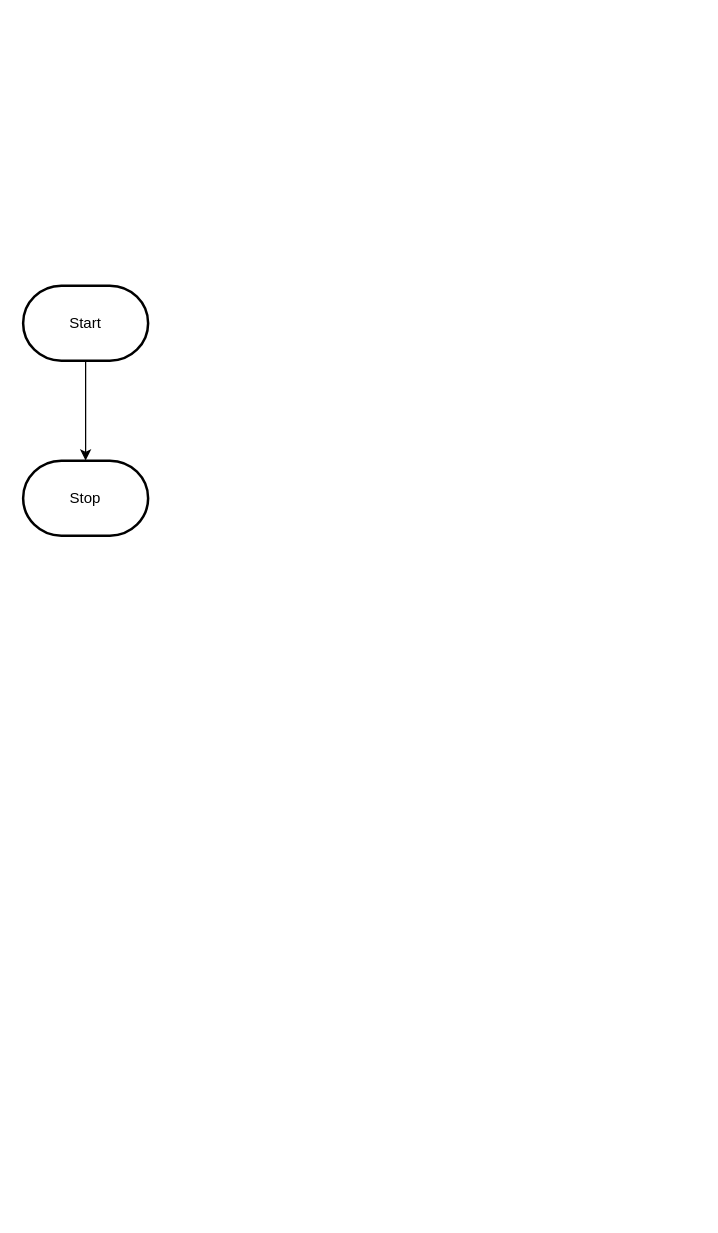
Earlier version of the draw.io diagram design/flowchart.drawio (MTHS-ICS2O-2-2022/ICS2O-Unit-5-03-Bonnie-Zhu). Source tidied: cells renumbered, new cells numbered last; positions are measured from the earlier drawing's top-left corner, leaving out a move shared by most shapes. Both pictures are drawn from the tidied source at 125%, with x=0, y=0 at pixel (22, 285).
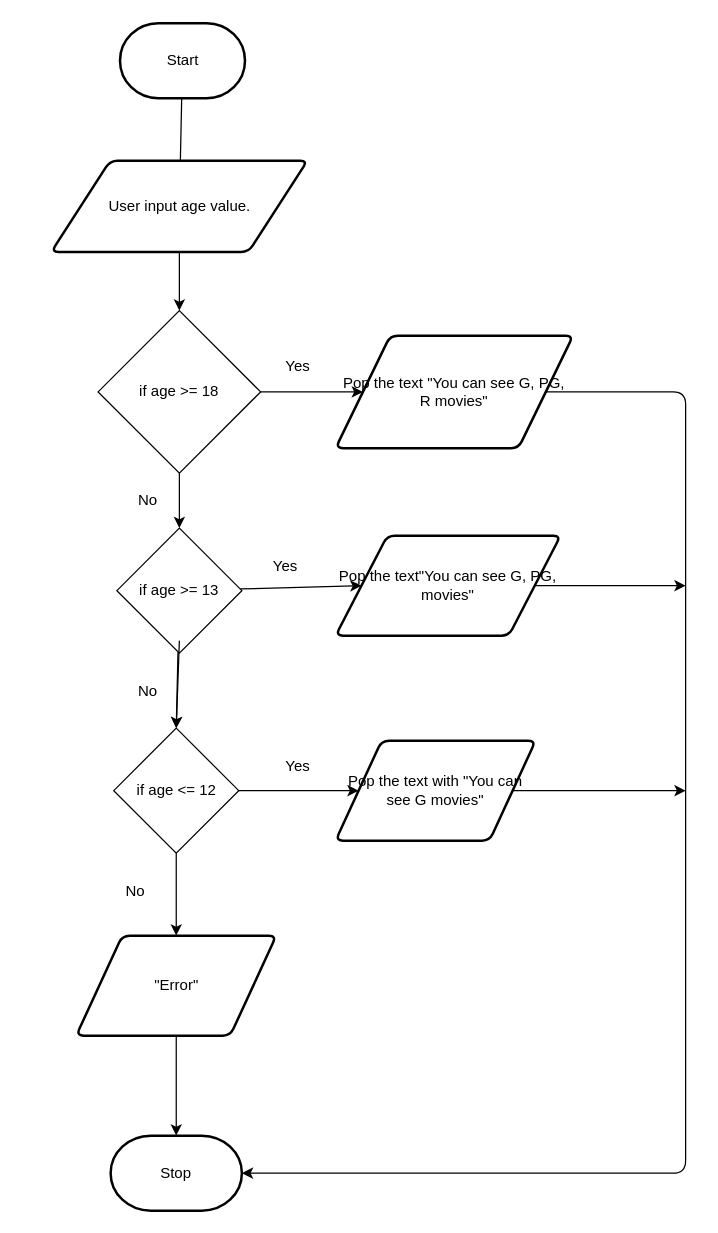
The same page after the edit.

The edit, as a diff of the source:
```diff
@@
-    <mxCell id="2" style="edgeStyle=orthogonalEdgeStyle;html=1;rounded=0;" parent="1" edge="1" source="3" target="4">
-      <mxGeometry relative="1" as="geometry" />
-    </mxCell>
+    <mxCell id="5" style="edgeStyle=none;html=1;" parent="1" edge="1" source="3">
+      <mxGeometry relative="1" as="geometry">
+        <mxPoint x="125" y="-63" as="targetPoint" />
+      </mxGeometry>
+    </mxCell>
     <mxCell id="3" value="Start" style="strokeWidth=2;html=1;shape=mxgraph.flowchart.terminator;whiteSpace=wrap;" parent="1" vertex="1">
-      <mxGeometry width="100" height="60" as="geometry" />
+      <mxGeometry x="77.5" y="-210" width="100" height="60" as="geometry" />
     </mxCell>
+    <mxCell id="6" style="edgeStyle=none;html=1;startArrow=none;" parent="1" edge="1" source="31" target="4">
+      <mxGeometry relative="1" as="geometry" />
+    </mxCell>
     <mxCell id="4" value="Stop" style="strokeWidth=2;html=1;shape=mxgraph.flowchart.terminator;whiteSpace=wrap;" parent="1" vertex="1">
-      <mxGeometry y="140" width="100" height="60" as="geometry" />
+      <mxGeometry x="70" y="680" width="105" height="60" as="geometry" />
     </mxCell>
+    <mxCell id="7" style="edgeStyle=none;html=1;entryX=0.5;entryY=0;entryDx=0;entryDy=0;" parent="1" edge="1" source="8" target="11">
+      <mxGeometry relative="1" as="geometry" />
+    </mxCell>
+    <mxCell id="8" value="User input age value." style="shape=parallelogram;html=1;strokeWidth=2;perimeter=parallelogramPerimeter;whiteSpace=wrap;rounded=1;arcSize=12;size=0.23;" parent="1" vertex="1">
+      <mxGeometry x="22.5" y="-100" width="205" height="73" as="geometry" />
+    </mxCell>
+    <mxCell id="9" style="edgeStyle=none;html=1;entryX=0;entryY=0.5;entryDx=0;entryDy=0;" parent="1" edge="1" source="11" target="13">
+      <mxGeometry relative="1" as="geometry" />
+    </mxCell>
+    <mxCell id="10" style="edgeStyle=none;html=1;entryX=0.5;entryY=0;entryDx=0;entryDy=0;" parent="1" edge="1" source="11" target="16">
+      <mxGeometry relative="1" as="geometry" />
+    </mxCell>
+    <mxCell id="11" value="if age &amp;gt;= 18" style="rhombus;whiteSpace=wrap;html=1;" parent="1" vertex="1">
+      <mxGeometry x="60" y="20" width="130" height="130" as="geometry" />
+    </mxCell>
+    <mxCell id="12" style="edgeStyle=none;html=1;entryX=1;entryY=0.5;entryDx=0;entryDy=0;entryPerimeter=0;" parent="1" edge="1" source="13" target="4">
+      <mxGeometry relative="1" as="geometry">
+        <Array as="points">
+          <mxPoint x="530" y="85" />
+          <mxPoint x="530" y="110" />
+          <mxPoint x="530" y="710" />
+        </Array>
+      </mxGeometry>
+    </mxCell>
+    <mxCell id="13" value="Pop the text &quot;You can see G, PG, R movies&quot;" style="shape=parallelogram;html=1;strokeWidth=2;perimeter=parallelogramPerimeter;whiteSpace=wrap;rounded=1;arcSize=12;size=0.23;" parent="1" vertex="1">
+      <mxGeometry x="250" y="40" width="190" height="90" as="geometry" />
+    </mxCell>
+    <mxCell id="14" style="edgeStyle=none;html=1;entryX=0;entryY=0.5;entryDx=0;entryDy=0;" parent="1" edge="1" source="16" target="18">
+      <mxGeometry relative="1" as="geometry" />
+    </mxCell>
+    <mxCell id="15" style="edgeStyle=none;html=1;entryX=0.5;entryY=0;entryDx=0;entryDy=0;" parent="1" edge="1" source="16" target="20">
+      <mxGeometry relative="1" as="geometry" />
+    </mxCell>
+    <mxCell id="16" value="if age &amp;gt;= 13" style="rhombus;whiteSpace=wrap;html=1;" parent="1" vertex="1">
+      <mxGeometry x="75" y="194" width="100" height="100" as="geometry" />
+    </mxCell>
+    <mxCell id="17" style="edgeStyle=none;html=1;" parent="1" edge="1" source="18">
+      <mxGeometry relative="1" as="geometry">
+        <mxPoint x="530" y="240" as="targetPoint" />
+      </mxGeometry>
+    </mxCell>
+    <mxCell id="18" value="Pop the text&quot;You can see G, PG, movies&quot;" style="shape=parallelogram;html=1;strokeWidth=2;perimeter=parallelogramPerimeter;whiteSpace=wrap;rounded=1;arcSize=12;size=0.23;" parent="1" vertex="1">
+      <mxGeometry x="250" y="200" width="180" height="80" as="geometry" />
+    </mxCell>
+    <mxCell id="19" style="edgeStyle=none;html=1;entryX=0;entryY=0.5;entryDx=0;entryDy=0;" parent="1" edge="1" source="20" target="22">
+      <mxGeometry relative="1" as="geometry" />
+    </mxCell>
+    <mxCell id="20" value="if age &amp;lt;= 12" style="rhombus;whiteSpace=wrap;html=1;" parent="1" vertex="1">
+      <mxGeometry x="72.5" y="354" width="100" height="100" as="geometry" />
+    </mxCell>
+    <mxCell id="21" style="edgeStyle=none;html=1;" parent="1" edge="1" source="22">
+      <mxGeometry relative="1" as="geometry">
+        <mxPoint x="530" y="404" as="targetPoint" />
+      </mxGeometry>
+    </mxCell>
+    <mxCell id="22" value="Pop the text with &quot;You can see G movies&quot;" style="shape=parallelogram;html=1;strokeWidth=2;perimeter=parallelogramPerimeter;whiteSpace=wrap;rounded=1;arcSize=12;size=0.23;" parent="1" vertex="1">
+      <mxGeometry x="250" y="364" width="160" height="80" as="geometry" />
+    </mxCell>
+    <mxCell id="23" style="edgeStyle=none;html=1;entryX=0.5;entryY=0;entryDx=0;entryDy=0;" parent="1" edge="1" target="20">
+      <mxGeometry relative="1" as="geometry">
+        <mxPoint x="125" y="284" as="sourcePoint" />
+      </mxGeometry>
+    </mxCell>
+    <mxCell id="24" style="edgeStyle=none;html=1;entryX=0.5;entryY=0;entryDx=0;entryDy=0;exitX=0.5;exitY=1;exitDx=0;exitDy=0;" parent="1" edge="1" source="20" target="31">
+      <mxGeometry relative="1" as="geometry" />
+    </mxCell>
+    <mxCell id="25" value="Yes" style="text;html=1;strokeColor=none;fillColor=none;align=center;verticalAlign=middle;whiteSpace=wrap;rounded=0;" parent="1" vertex="1">
+      <mxGeometry x="190" y="50" width="60" height="30" as="geometry" />
+    </mxCell>
+    <mxCell id="26" value="Yes" style="text;html=1;strokeColor=none;fillColor=none;align=center;verticalAlign=middle;whiteSpace=wrap;rounded=0;" parent="1" vertex="1">
+      <mxGeometry x="180" y="210" width="60" height="30" as="geometry" />
+    </mxCell>
+    <mxCell id="27" value="Yes" style="text;html=1;strokeColor=none;fillColor=none;align=center;verticalAlign=middle;whiteSpace=wrap;rounded=0;" parent="1" vertex="1">
+      <mxGeometry x="190" y="370" width="60" height="30" as="geometry" />
+    </mxCell>
+    <mxCell id="28" value="No" style="text;html=1;strokeColor=none;fillColor=none;align=center;verticalAlign=middle;whiteSpace=wrap;rounded=0;" parent="1" vertex="1">
+      <mxGeometry x="70" y="310" width="60" height="30" as="geometry" />
+    </mxCell>
+    <mxCell id="29" value="No" style="text;html=1;strokeColor=none;fillColor=none;align=center;verticalAlign=middle;whiteSpace=wrap;rounded=0;" parent="1" vertex="1">
+      <mxGeometry x="60" y="470" width="60" height="30" as="geometry" />
+    </mxCell>
+    <mxCell id="30" value="No" style="text;html=1;strokeColor=none;fillColor=none;align=center;verticalAlign=middle;whiteSpace=wrap;rounded=0;" parent="1" vertex="1">
+      <mxGeometry x="70" y="150" width="60" height="44" as="geometry" />
+    </mxCell>
+    <mxCell id="31" value="&quot;Error&quot;" style="shape=parallelogram;html=1;strokeWidth=2;perimeter=parallelogramPerimeter;whiteSpace=wrap;rounded=1;arcSize=12;size=0.23;" parent="1" vertex="1">
+      <mxGeometry x="42.5" y="520" width="160" height="80" as="geometry" />
+    </mxCell>
```
